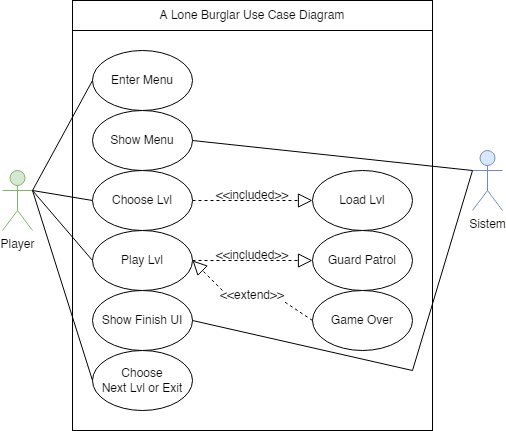
johannfac/A-Lone-Burglar keeps this draw.io diagram as use case diagram.png. Above is the earlier version. Source tidied: cells renumbered, new cells last; positions are measured from the earlier drawing's top-left corner, leaving out a move shared by most shapes.
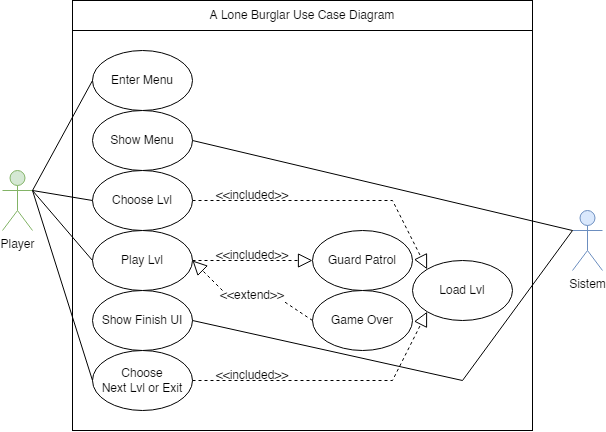
The same file after the commit.

The edit, as a diff of the source:
```diff
@@ -3,25 +3,24 @@
     <mxCell id="0" />
     <mxCell id="1" parent="0" />
     <mxCell id="2" style="rounded=0;whiteSpace=wrap;html=1;" parent="1" vertex="1">
-      <mxGeometry x="70" y="30" width="360" height="400" as="geometry" />
+      <mxGeometry x="70" y="30" width="460" height="400" as="geometry" />
     </mxCell>
     <mxCell id="3" value="Player" style="shape=umlActor;verticalLabelPosition=bottom;verticalAlign=top;html=1;outlineConnect=0;fillColor=#d5e8d4;strokeColor=#82b366;" parent="1" vertex="1">
       <mxGeometry y="170" width="30" height="60" as="geometry" />
     </mxCell>
     <mxCell id="4" value="Sistem" style="shape=umlActor;verticalLabelPosition=bottom;verticalAlign=top;html=1;outlineConnect=0;fillColor=#dae8fc;strokeColor=#6c8ebf;" parent="1" vertex="1">
-      <mxGeometry x="470" y="150" width="30" height="60" as="geometry" />
+      <mxGeometry x="570" y="210" width="30" height="60" as="geometry" />
     </mxCell>
     <mxCell id="5" value="Load Lvl" style="ellipse;whiteSpace=wrap;html=1;" parent="1" vertex="1">
-      <mxGeometry x="310" y="170" width="100" height="60" as="geometry" />
+      <mxGeometry x="410" y="260" width="100" height="60" as="geometry" />
     </mxCell>
     <mxCell id="6" value="Enter Menu" style="ellipse;whiteSpace=wrap;html=1;" parent="1" vertex="1">
       <mxGeometry x="90" y="50" width="100" height="60" as="geometry" />
     </mxCell>
-    <mxCell id="7" style="endArrow=block;dashed=1;endFill=0;endSize=12;html=1;rounded=0;exitX=1;exitY=0.5;exitDx=0;exitDy=0;entryX=0;entryY=0.5;entryDx=0;entryDy=0;startArrow=none;edgeStyle=orthogonalEdgeStyle;" parent="1" edge="1" source="11" target="5">
+    <mxCell id="7" style="endArrow=block;dashed=1;endFill=0;endSize=12;html=1;rounded=0;exitX=1;exitY=0.5;exitDx=0;exitDy=0;entryX=0;entryY=0;entryDx=0;entryDy=0;startArrow=none;" parent="1" edge="1" source="11" target="5">
       <mxGeometry relative="1" as="geometry">
         <Array as="points">
-          <mxPoint x="220" y="200" />
-          <mxPoint x="220" y="200" />
+          <mxPoint x="390" y="200" />
         </Array>
       </mxGeometry>
     </mxCell>
@@ -70,7 +69,7 @@
       <mxGeometry relative="1" as="geometry" />
     </mxCell>
     <mxCell id="21" value="A Lone Burglar Use Case Diagram" style="rounded=0;whiteSpace=wrap;html=1;" parent="1" vertex="1">
-      <mxGeometry x="70" width="360" height="30" as="geometry" />
+      <mxGeometry x="70" width="460" height="30" as="geometry" />
     </mxCell>
     <mxCell id="22" value="&amp;lt;&amp;lt;extend&amp;gt;&amp;gt;" style="text;html=1;strokeColor=none;fillColor=none;align=center;verticalAlign=middle;whiteSpace=wrap;rounded=0;" parent="1" vertex="1">
       <mxGeometry x="220" y="290" width="60" height="10" as="geometry" />
@@ -87,12 +86,22 @@
     <mxCell id="26" style="endArrow=none;endFill=0;endSize=12;html=1;rounded=0;exitX=0;exitY=0.3333333333333333;exitDx=0;exitDy=0;entryX=1;entryY=0.5;entryDx=0;entryDy=0;startArrow=none;exitPerimeter=0;" parent="1" edge="1" source="4" target="24">
       <mxGeometry relative="1" as="geometry">
         <Array as="points">
-          <mxPoint x="410" y="370" />
+          <mxPoint x="460" y="380" />
         </Array>
       </mxGeometry>
     </mxCell>
     <mxCell id="27" style="endArrow=none;endFill=0;endSize=12;html=1;rounded=0;exitX=0;exitY=0.5;exitDx=0;exitDy=0;entryX=1;entryY=0.3333333333333333;entryDx=0;entryDy=0;startArrow=none;entryPerimeter=0;" parent="1" edge="1" source="25" target="3">
       <mxGeometry relative="1" as="geometry" />
     </mxCell>
+    <mxCell id="28" style="endArrow=block;dashed=1;endFill=0;endSize=12;html=1;rounded=0;exitX=1;exitY=0.5;exitDx=0;exitDy=0;entryX=0;entryY=1;entryDx=0;entryDy=0;startArrow=none;" parent="1" edge="1" source="25" target="5">
+      <mxGeometry relative="1" as="geometry">
+        <Array as="points">
+          <mxPoint x="390" y="380" />
+        </Array>
+      </mxGeometry>
+    </mxCell>
+    <mxCell id="29" value="&amp;lt;&amp;lt;included&amp;gt;&amp;gt;" style="text;html=1;strokeColor=none;fillColor=none;align=center;verticalAlign=middle;whiteSpace=wrap;rounded=0;" parent="1" vertex="1">
+      <mxGeometry x="220" y="370" width="60" height="10" as="geometry" />
+    </mxCell>
   </root>
 </mxGraphModel>
```
